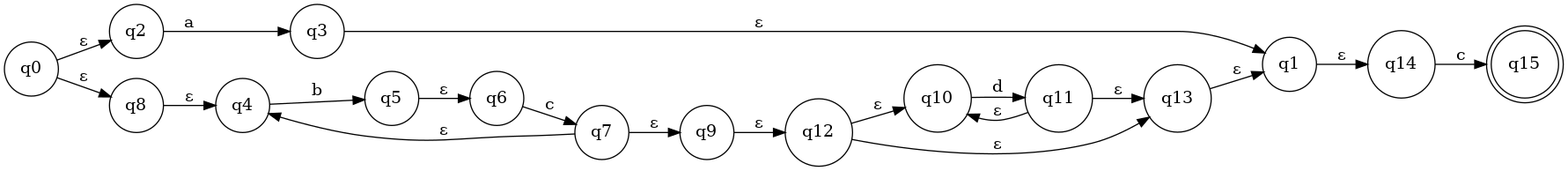
Earlier version of the Graphviz export nfa.png (DjoCoding/regex). Its source is kept beside it as nfa.dot. Source of this version:
```dot
digraph NFA {
	rankdir=LR;
	node [shape=circle];
	q0 [label="q0"];
	q0 -> q2 [label="ε"];
	q2 [label="q2"];
	q2 -> q3 [label="a"];
	q3 [label="q3"];
	q3 -> q1 [label="ε"];
	q1 [label="q1"];
	q1 -> q14 [label="ε"];
	q14 [label="q14"];
	q14 -> q15 [label="c"];
	q15 [shape=doublecircle];
	q0 -> q8 [label="ε"];
	q8 [label="q8"];
	q8 -> q4 [label="ε"];
	q4 [label="q4"];
	q4 -> q5 [label="b"];
	q5 [label="q5"];
	q5 -> q6 [label="ε"];
	q6 [label="q6"];
	q6 -> q7 [label="c"];
	q7 [label="q7"];
	q7 -> q9 [label="ε"];
	q9 [label="q9"];
	q9 -> q12 [label="ε"];
	q12 [label="q12"];
	q12 -> q10 [label="ε"];
	q10 [label="q10"];
	q10 -> q11 [label="d"];
	q11 [label="q11"];
	q11 -> q13 [label="ε"];
	q13 [label="q13"];
	q13 -> q1 [label="ε"];
	q11 -> q10 [label="ε"];
	q12 -> q13 [label="ε"];
	q7 -> q4 [label="ε"];
}
```
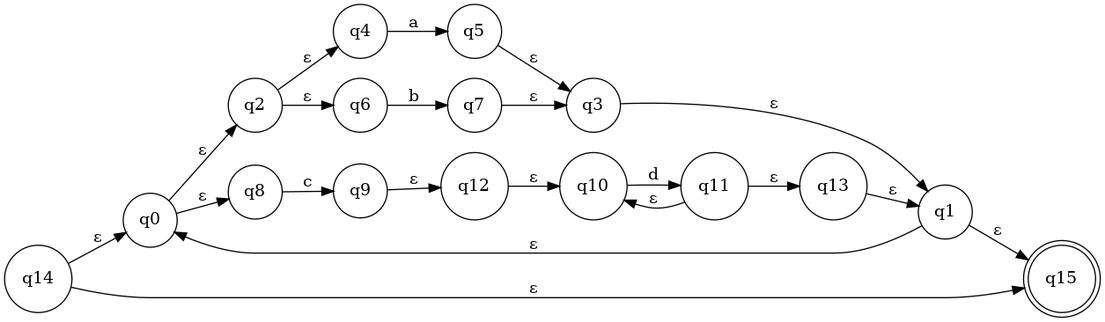
After the change.

Diff of the diagram source:
```diff
@@ -1,28 +1,30 @@
 digraph NFA {
 	rankdir=LR;
 	node [shape=circle];
+	q14 [label="q14"];
+	q14 -> q0 [label="ε"];
 	q0 [label="q0"];
 	q0 -> q2 [label="ε"];
 	q2 [label="q2"];
-	q2 -> q3 [label="a"];
+	q2 -> q4 [label="ε"];
+	q4 [label="q4"];
+	q4 -> q5 [label="a"];
+	q5 [label="q5"];
+	q5 -> q3 [label="ε"];
 	q3 [label="q3"];
 	q3 -> q1 [label="ε"];
 	q1 [label="q1"];
-	q1 -> q14 [label="ε"];
-	q14 [label="q14"];
-	q14 -> q15 [label="c"];
+	q1 -> q15 [label="ε"];
 	q15 [shape=doublecircle];
+	q1 -> q0 [label="ε"];
+	q2 -> q6 [label="ε"];
+	q6 [label="q6"];
+	q6 -> q7 [label="b"];
+	q7 [label="q7"];
+	q7 -> q3 [label="ε"];
 	q0 -> q8 [label="ε"];
 	q8 [label="q8"];
-	q8 -> q4 [label="ε"];
-	q4 [label="q4"];
-	q4 -> q5 [label="b"];
-	q5 [label="q5"];
-	q5 -> q6 [label="ε"];
-	q6 [label="q6"];
-	q6 -> q7 [label="c"];
-	q7 [label="q7"];
-	q7 -> q9 [label="ε"];
+	q8 -> q9 [label="c"];
 	q9 [label="q9"];
 	q9 -> q12 [label="ε"];
 	q12 [label="q12"];
@@ -34,6 +36,5 @@
 	q13 [label="q13"];
 	q13 -> q1 [label="ε"];
 	q11 -> q10 [label="ε"];
-	q12 -> q13 [label="ε"];
-	q7 -> q4 [label="ε"];
+	q14 -> q15 [label="ε"];
 }
```
